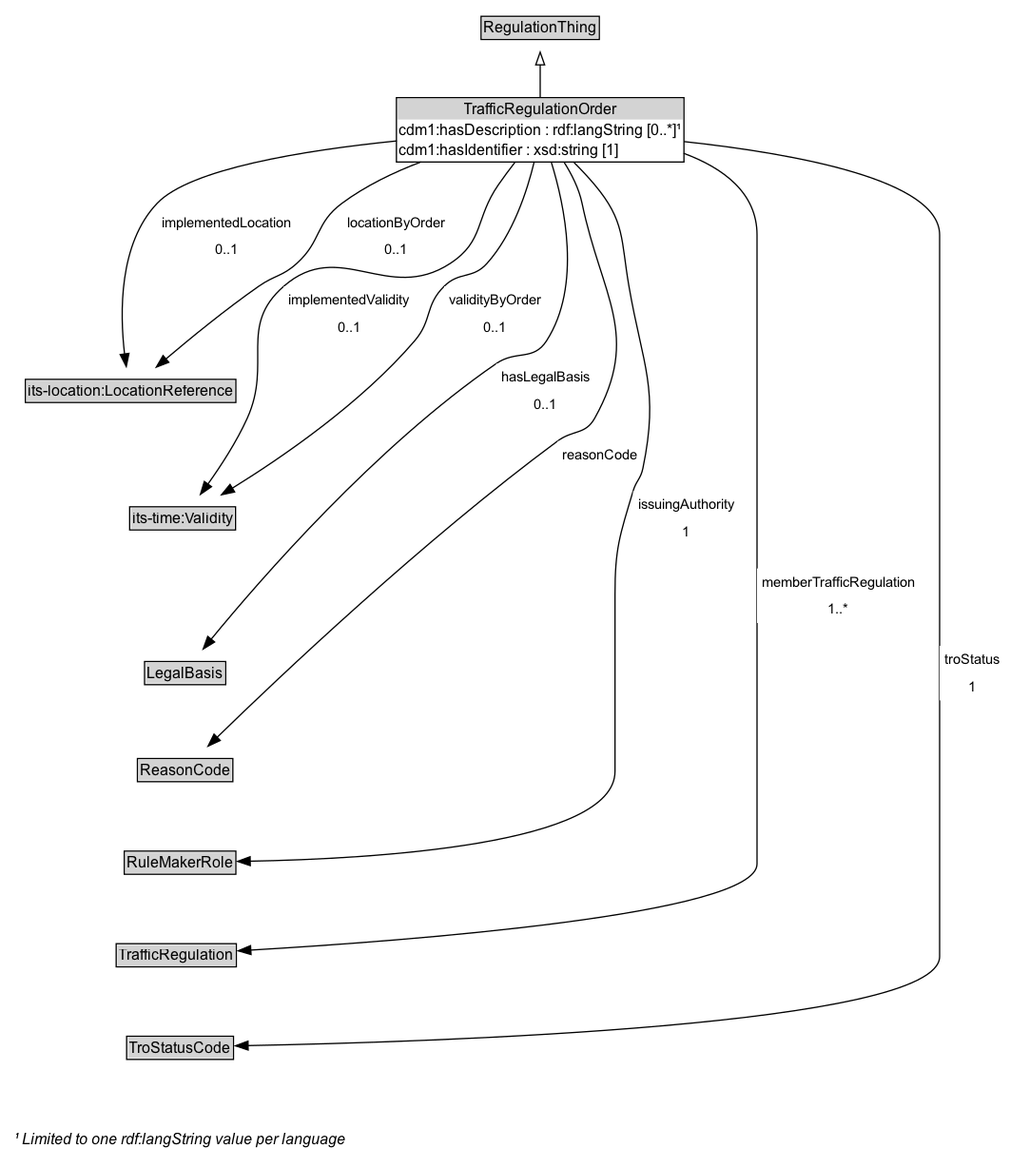
Before: docs/diagrams/TrafficRegulationOrder.dot.png, a diagram exported from Graphviz (k-vaughn/ontology-its-regulation). Its source is kept beside it as docs/diagrams/TrafficRegulationOrder.dot.
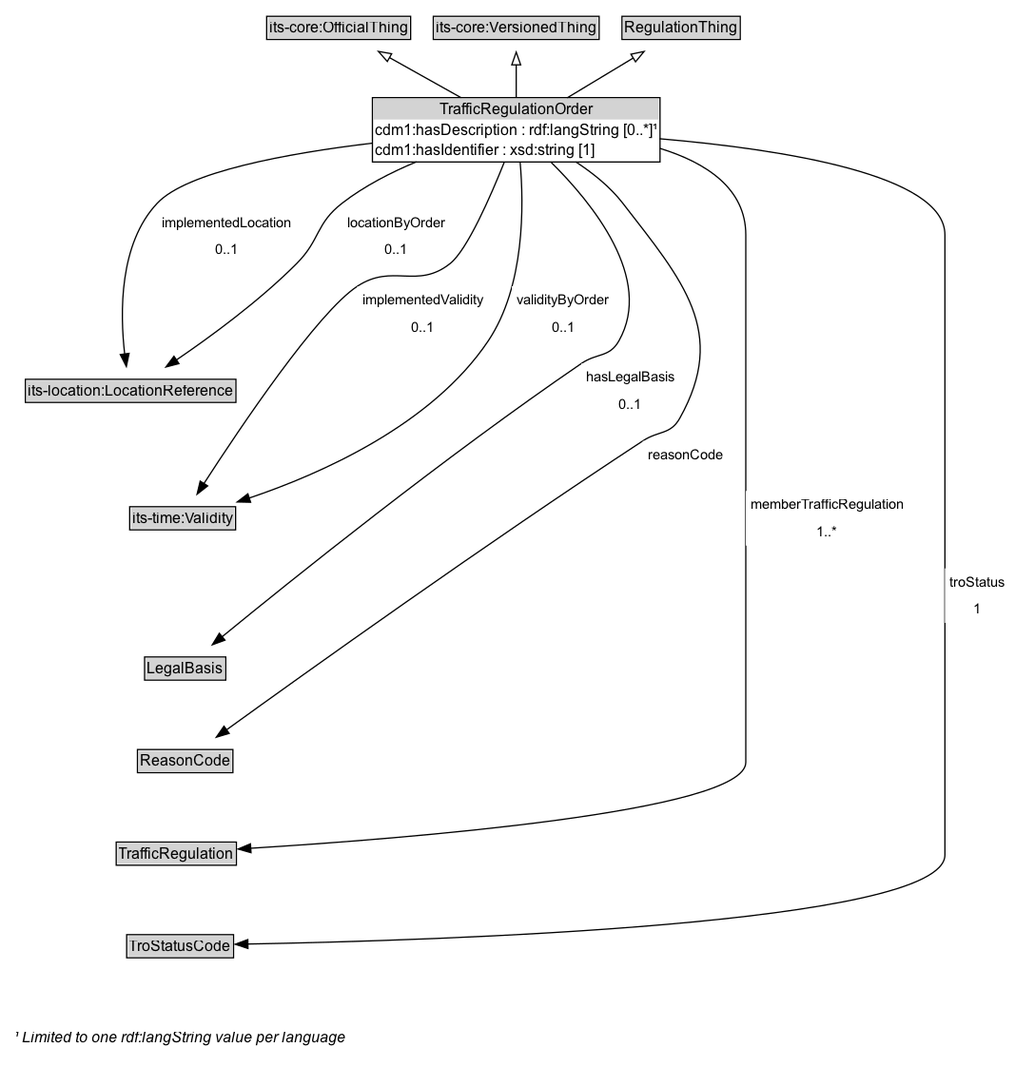
After the commit.

What changed in the source:
```diff
@@ -4,6 +4,8 @@
 	edge [fontname=Arial fontsize=11]
 	{
 		rank=source
+		"its-core_OfficialThing" [label=<<TABLE BORDER="1" CELLBORDER="0" CELLSPACING="0" CELLPADDING="1"><TR><TD BGCOLOR="lightgray" ALIGN="CENTER">its-core:OfficialThing</TD></TR></TABLE>> URL="https://w3id.org/itsdata/core/v1/OfficialThing" margin=0]
+		"its-core_VersionedThing" [label=<<TABLE BORDER="1" CELLBORDER="0" CELLSPACING="0" CELLPADDING="1"><TR><TD BGCOLOR="lightgray" ALIGN="CENTER">its-core:VersionedThing</TD></TR></TABLE>> URL="https://w3id.org/itsdata/core/v1/VersionedThing" margin=0]
 		RegulationThing [label=<<TABLE BORDER="1" CELLBORDER="0" CELLSPACING="0" CELLPADDING="1"><TR><TD BGCOLOR="lightgray" ALIGN="CENTER">RegulationThing</TD></TR></TABLE>> URL="../RegulationThing" margin=0]
 	}
 	TrafficRegulationOrder [label=<<TABLE BORDER="1" CELLBORDER="0" CELLSPACING="0" CELLPADDING="1"><TR><TD BGCOLOR="lightgray" ALIGN="CENTER">TrafficRegulationOrder</TD></TR><TR><TD ALIGN="LEFT">cdm1:hasDescription : rdf:langString [0..*]¹</TD></TR><TR><TD ALIGN="LEFT">cdm1:hasIdentifier : xsd:string [1]</TD></TR></TABLE>> URL="../TrafficRegulationOrder" margin=0]
@@ -17,23 +19,21 @@
 		"its-time_Validity" [label=<<TABLE BORDER="1" CELLBORDER="0" CELLSPACING="0" CELLPADDING="1"><TR><TD BGCOLOR="lightgray" ALIGN="CENTER">its-time:Validity</TD></TR></TABLE>> URL="https://w3id.org/itsdata/time/v1/Validity" margin=0]
 		LegalBasis [label=<<TABLE BORDER="1" CELLBORDER="0" CELLSPACING="0" CELLPADDING="1"><TR><TD BGCOLOR="lightgray" ALIGN="CENTER">LegalBasis</TD></TR></TABLE>> URL="../LegalBasis" margin=0]
 		ReasonCode [label=<<TABLE BORDER="1" CELLBORDER="0" CELLSPACING="0" CELLPADDING="1"><TR><TD BGCOLOR="lightgray" ALIGN="CENTER">ReasonCode</TD></TR></TABLE>> URL="../ReasonCode" margin=0]
-		RuleMakerRole [label=<<TABLE BORDER="1" CELLBORDER="0" CELLSPACING="0" CELLPADDING="1"><TR><TD BGCOLOR="lightgray" ALIGN="CENTER">RuleMakerRole</TD></TR></TABLE>> URL="../RuleMakerRole" margin=0]
 		TrafficRegulation [label=<<TABLE BORDER="1" CELLBORDER="0" CELLSPACING="0" CELLPADDING="1"><TR><TD BGCOLOR="lightgray" ALIGN="CENTER">TrafficRegulation</TD></TR></TABLE>> URL="../TrafficRegulation" margin=0]
 		TroStatusCode [label=<<TABLE BORDER="1" CELLBORDER="0" CELLSPACING="0" CELLPADDING="1"><TR><TD BGCOLOR="lightgray" ALIGN="CENTER">TroStatusCode</TD></TR></TABLE>> URL="../TroStatusCode" margin=0]
 	}
+	TrafficRegulationOrder -> "its-core_OfficialThing" [arrowhead=onormal style=solid]
+	TrafficRegulationOrder -> "its-core_VersionedThing" [arrowhead=onormal style=solid]
 	TrafficRegulationOrder -> RegulationThing [arrowhead=onormal style=solid]
 	TrafficRegulationOrder -> Invis [style=invis]
 	Invis -> "its-location_LocationReference" [style=invis]
 	"its-location_LocationReference" -> "its-time_Validity" [style=invis]
 	"its-time_Validity" -> LegalBasis [style=invis]
 	LegalBasis -> ReasonCode [style=invis]
-	ReasonCode -> RuleMakerRole [style=invis]
-	RuleMakerRole -> TrafficRegulation [style=invis]
+	ReasonCode -> TrafficRegulation [style=invis]
 	TrafficRegulation -> TroStatusCode [style=invis]
 	TrafficRegulation [label=<<TABLE BORDER="1" CELLBORDER="0" CELLSPACING="0" CELLPADDING="1"><TR><TD BGCOLOR="lightgray" ALIGN="CENTER">TrafficRegulation</TD></TR></TABLE>> URL="../TrafficRegulation" margin=0]
 	TrafficRegulationOrder -> TrafficRegulation [label=<<TABLE BORDER="0" CELLBORDER="0" CELLSPACING="0" CELLPADDING="4" BGCOLOR="white"><TR><TD ALIGN="CENTER">memberTrafficRegulation</TD></TR><TR><TD ALIGN="CENTER">1..*</TD></TR></TABLE>> arrowhead=normal style=solid]
-	RuleMakerRole [label=<<TABLE BORDER="1" CELLBORDER="0" CELLSPACING="0" CELLPADDING="1"><TR><TD BGCOLOR="lightgray" ALIGN="CENTER">RuleMakerRole</TD></TR></TABLE>> URL="../RuleMakerRole" margin=0]
-	TrafficRegulationOrder -> RuleMakerRole [label=<<TABLE BORDER="0" CELLBORDER="0" CELLSPACING="0" CELLPADDING="4" BGCOLOR="white"><TR><TD ALIGN="CENTER">issuingAuthority</TD></TR><TR><TD ALIGN="CENTER">1</TD></TR></TABLE>> arrowhead=normal style=solid]
 	ReasonCode [label=<<TABLE BORDER="1" CELLBORDER="0" CELLSPACING="0" CELLPADDING="1"><TR><TD BGCOLOR="lightgray" ALIGN="CENTER">ReasonCode</TD></TR></TABLE>> URL="../ReasonCode" margin=0]
 	TrafficRegulationOrder -> ReasonCode [label=<<TABLE BORDER="0" CELLBORDER="0" CELLSPACING="0" CELLPADDING="4" BGCOLOR="white"><TR><TD ALIGN="CENTER">reasonCode</TD></TR></TABLE>> arrowhead=normal style=solid]
 	TroStatusCode [label=<<TABLE BORDER="1" CELLBORDER="0" CELLSPACING="0" CELLPADDING="1"><TR><TD BGCOLOR="lightgray" ALIGN="CENTER">TroStatusCode</TD></TR></TABLE>> URL="../TroStatusCode" margin=0]
```
